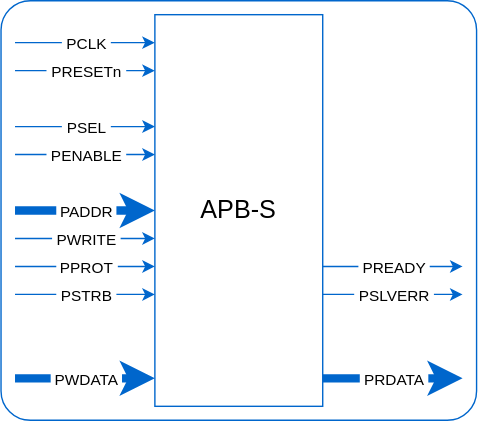
Above: images/apb/apb-interface.svg in rodrigomelo9/amba (draw.io), before the change. Source tidied: cells renumbered, new cells last; positions are measured from the earlier drawing's top-left corner, leaving out a move shared by most shapes.
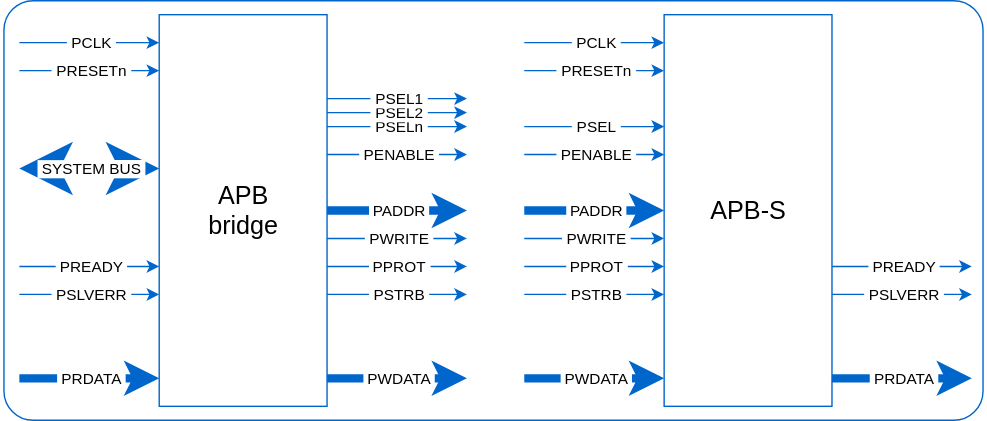
The same file after the commit.

Commit message:
Add APB-bridge in apb-interface diagram

The edit, as a diff of the source:
```diff
@@ -3,15 +3,15 @@
     <mxCell id="0" />
     <mxCell id="1" parent="0" />
     <mxCell id="2" style="rounded=1;whiteSpace=wrap;html=1;strokeColor=#0066CC;fontSize=18;arcSize=7;" parent="1" vertex="1">
-      <mxGeometry width="340" height="300" as="geometry" />
+      <mxGeometry x="-210" y="-190" width="700" height="300" as="geometry" />
     </mxCell>
     <mxCell id="3" value="&lt;font style=&quot;font-size: 18px;&quot;&gt;APB-S&lt;/font&gt;" style="rounded=0;whiteSpace=wrap;html=1;strokeColor=#0066CC;" parent="1" vertex="1">
-      <mxGeometry x="110" y="10" width="120" height="280" as="geometry" />
+      <mxGeometry x="262" y="-180" width="120" height="280" as="geometry" />
     </mxCell>
     <mxCell id="4" style="endArrow=classic;html=1;rounded=0;strokeColor=#0066CC;" parent="1" edge="1">
       <mxGeometry relative="1" as="geometry">
-        <mxPoint x="10" y="30" as="sourcePoint" />
-        <mxPoint x="110" y="30" as="targetPoint" />
+        <mxPoint x="162" y="-160" as="sourcePoint" />
+        <mxPoint x="262" y="-160" as="targetPoint" />
       </mxGeometry>
     </mxCell>
     <mxCell id="5" value="&amp;nbsp;PCLK&amp;nbsp;" style="edgeLabel;html=1;align=center;verticalAlign=middle;strokeColor=#0066CC;" parent="4" vertex="1">
@@ -19,8 +19,8 @@
     </mxCell>
     <mxCell id="6" style="endArrow=classic;html=1;rounded=0;strokeColor=#0066CC;" parent="1" edge="1">
       <mxGeometry relative="1" as="geometry">
-        <mxPoint x="10" y="50" as="sourcePoint" />
-        <mxPoint x="110" y="50" as="targetPoint" />
+        <mxPoint x="162" y="-140" as="sourcePoint" />
+        <mxPoint x="262" y="-140" as="targetPoint" />
       </mxGeometry>
     </mxCell>
     <mxCell id="7" value="&amp;nbsp;PRESETn&amp;nbsp;" style="edgeLabel;html=1;align=center;verticalAlign=middle;strokeColor=#0066CC;" parent="6" vertex="1">
@@ -28,8 +28,8 @@
     </mxCell>
     <mxCell id="8" style="endArrow=classic;html=1;rounded=0;strokeColor=#0066CC;" parent="1" edge="1">
       <mxGeometry relative="1" as="geometry">
-        <mxPoint x="10" y="90" as="sourcePoint" />
-        <mxPoint x="110" y="90" as="targetPoint" />
+        <mxPoint x="162" y="-100" as="sourcePoint" />
+        <mxPoint x="262" y="-100" as="targetPoint" />
       </mxGeometry>
     </mxCell>
     <mxCell id="9" value="&amp;nbsp;PSEL&amp;nbsp;" style="edgeLabel;html=1;align=center;verticalAlign=middle;strokeColor=#0066CC;" parent="8" vertex="1">
@@ -37,8 +37,8 @@
     </mxCell>
     <mxCell id="10" style="endArrow=classic;html=1;rounded=0;strokeColor=#0066CC;" parent="1" edge="1">
       <mxGeometry relative="1" as="geometry">
-        <mxPoint x="10" y="110" as="sourcePoint" />
-        <mxPoint x="110" y="110" as="targetPoint" />
+        <mxPoint x="162" y="-80" as="sourcePoint" />
+        <mxPoint x="262" y="-80" as="targetPoint" />
       </mxGeometry>
     </mxCell>
     <mxCell id="11" value="&amp;nbsp;PENABLE&amp;nbsp;" style="edgeLabel;html=1;align=center;verticalAlign=middle;strokeColor=#0066CC;" parent="10" vertex="1">
@@ -46,8 +46,8 @@
     </mxCell>
     <mxCell id="12" style="endArrow=classic;html=1;rounded=0;strokeColor=#0066CC;" parent="1" edge="1">
       <mxGeometry relative="1" as="geometry">
-        <mxPoint x="10" y="190" as="sourcePoint" />
-        <mxPoint x="110" y="190" as="targetPoint" />
+        <mxPoint x="162" as="sourcePoint" />
+        <mxPoint x="262" as="targetPoint" />
       </mxGeometry>
     </mxCell>
     <mxCell id="13" value="&amp;nbsp;PPROT&amp;nbsp;" style="edgeLabel;html=1;align=center;verticalAlign=middle;strokeColor=#0066CC;" parent="12" vertex="1">
@@ -55,8 +55,8 @@
     </mxCell>
     <mxCell id="14" style="endArrow=classic;html=1;rounded=0;strokeColor=#0066CC;" parent="1" edge="1">
       <mxGeometry relative="1" as="geometry">
-        <mxPoint x="10" y="210" as="sourcePoint" />
-        <mxPoint x="110" y="210" as="targetPoint" />
+        <mxPoint x="162" y="20" as="sourcePoint" />
+        <mxPoint x="262" y="20" as="targetPoint" />
       </mxGeometry>
     </mxCell>
     <mxCell id="15" value="&amp;nbsp;PSTRB&amp;nbsp;" style="edgeLabel;html=1;align=center;verticalAlign=middle;strokeColor=#0066CC;" parent="14" vertex="1">
@@ -64,8 +64,8 @@
     </mxCell>
     <mxCell id="16" style="endArrow=classic;html=1;rounded=0;strokeColor=#0066CC;" parent="1" edge="1">
       <mxGeometry relative="1" as="geometry">
-        <mxPoint x="10" y="170" as="sourcePoint" />
-        <mxPoint x="110" y="170" as="targetPoint" />
+        <mxPoint x="162" y="-20" as="sourcePoint" />
+        <mxPoint x="262" y="-20" as="targetPoint" />
       </mxGeometry>
     </mxCell>
     <mxCell id="17" value="&amp;nbsp;PWRITE&amp;nbsp;" style="edgeLabel;html=1;align=center;verticalAlign=middle;strokeColor=#0066CC;" parent="16" vertex="1">
@@ -73,8 +73,8 @@
     </mxCell>
     <mxCell id="18" style="endArrow=classic;html=1;rounded=0;strokeWidth=6;strokeColor=#0066CC;" parent="1" edge="1">
       <mxGeometry relative="1" as="geometry">
-        <mxPoint x="10" y="150" as="sourcePoint" />
-        <mxPoint x="110" y="150" as="targetPoint" />
+        <mxPoint x="162" y="-40" as="sourcePoint" />
+        <mxPoint x="262" y="-40" as="targetPoint" />
       </mxGeometry>
     </mxCell>
     <mxCell id="19" value="&amp;nbsp;PADDR&amp;nbsp;" style="edgeLabel;html=1;align=center;verticalAlign=middle;strokeColor=#0066CC;" parent="18" vertex="1">
@@ -82,8 +82,8 @@
     </mxCell>
     <mxCell id="20" style="endArrow=classic;html=1;rounded=0;strokeWidth=6;strokeColor=#0066CC;" parent="1" edge="1">
       <mxGeometry relative="1" as="geometry">
-        <mxPoint x="10" y="270" as="sourcePoint" />
-        <mxPoint x="110" y="270" as="targetPoint" />
+        <mxPoint x="162" y="80" as="sourcePoint" />
+        <mxPoint x="262" y="80" as="targetPoint" />
       </mxGeometry>
     </mxCell>
     <mxCell id="21" value="&amp;nbsp;PWDATA&amp;nbsp;" style="edgeLabel;html=1;align=center;verticalAlign=middle;strokeColor=#0066CC;" parent="20" vertex="1">
@@ -91,8 +91,8 @@
     </mxCell>
     <mxCell id="22" style="endArrow=classic;html=1;rounded=0;strokeWidth=6;strokeColor=#0066CC;" parent="1" edge="1">
       <mxGeometry relative="1" as="geometry">
-        <mxPoint x="230" y="270" as="sourcePoint" />
-        <mxPoint x="330" y="270" as="targetPoint" />
+        <mxPoint x="382" y="80" as="sourcePoint" />
+        <mxPoint x="482" y="80" as="targetPoint" />
       </mxGeometry>
     </mxCell>
     <mxCell id="23" value="&amp;nbsp;PRDATA&amp;nbsp;" style="edgeLabel;html=1;align=center;verticalAlign=middle;strokeColor=#0066CC;" parent="22" vertex="1">
@@ -100,8 +100,8 @@
     </mxCell>
     <mxCell id="24" style="endArrow=classic;html=1;rounded=0;strokeColor=#0066CC;" parent="1" edge="1">
       <mxGeometry relative="1" as="geometry">
-        <mxPoint x="230" y="190" as="sourcePoint" />
-        <mxPoint x="330" y="190" as="targetPoint" />
+        <mxPoint x="382" as="sourcePoint" />
+        <mxPoint x="482" as="targetPoint" />
       </mxGeometry>
     </mxCell>
     <mxCell id="25" value="&amp;nbsp;PREADY&amp;nbsp;" style="edgeLabel;html=1;align=center;verticalAlign=middle;strokeColor=#0066CC;" parent="24" vertex="1">
@@ -109,12 +109,150 @@
     </mxCell>
     <mxCell id="26" style="endArrow=classic;html=1;rounded=0;strokeColor=#0066CC;" parent="1" edge="1">
       <mxGeometry relative="1" as="geometry">
-        <mxPoint x="230" y="210" as="sourcePoint" />
-        <mxPoint x="330" y="210" as="targetPoint" />
+        <mxPoint x="382" y="20" as="sourcePoint" />
+        <mxPoint x="482" y="20" as="targetPoint" />
       </mxGeometry>
     </mxCell>
     <mxCell id="27" value="&amp;nbsp;PSLVERR&amp;nbsp;" style="edgeLabel;html=1;align=center;verticalAlign=middle;strokeColor=#0066CC;" parent="26" vertex="1">
       <mxGeometry relative="1" as="geometry" />
     </mxCell>
+    <mxCell id="28" value="&lt;font style=&quot;font-size: 18px;&quot;&gt;APB&lt;/font&gt;&lt;div&gt;&lt;font style=&quot;font-size: 18px;&quot;&gt;bridge&lt;/font&gt;&lt;/div&gt;" style="rounded=0;whiteSpace=wrap;html=1;strokeColor=#0066CC;" parent="1" vertex="1">
+      <mxGeometry x="-99" y="-180" width="120" height="280" as="geometry" />
+    </mxCell>
+    <mxCell id="29" style="endArrow=classic;html=1;rounded=0;strokeColor=#0066CC;" parent="1" edge="1">
+      <mxGeometry relative="1" as="geometry">
+        <mxPoint x="-199" y="-160" as="sourcePoint" />
+        <mxPoint x="-99" y="-160" as="targetPoint" />
+      </mxGeometry>
+    </mxCell>
+    <mxCell id="30" value="&amp;nbsp;PCLK&amp;nbsp;" style="edgeLabel;html=1;align=center;verticalAlign=middle;strokeColor=#0066CC;" parent="29" vertex="1">
+      <mxGeometry relative="1" as="geometry" />
+    </mxCell>
+    <mxCell id="31" style="endArrow=classic;html=1;rounded=0;strokeColor=#0066CC;" parent="1" edge="1">
+      <mxGeometry relative="1" as="geometry">
+        <mxPoint x="-199" y="-140" as="sourcePoint" />
+        <mxPoint x="-99" y="-140" as="targetPoint" />
+      </mxGeometry>
+    </mxCell>
+    <mxCell id="32" value="&amp;nbsp;PRESETn&amp;nbsp;" style="edgeLabel;html=1;align=center;verticalAlign=middle;strokeColor=#0066CC;" parent="31" vertex="1">
+      <mxGeometry relative="1" as="geometry" />
+    </mxCell>
+    <mxCell id="33" style="endArrow=classic;html=1;rounded=0;strokeColor=#0066CC;" parent="1" edge="1">
+      <mxGeometry relative="1" as="geometry">
+        <mxPoint x="21" y="-100" as="sourcePoint" />
+        <mxPoint x="121" y="-100" as="targetPoint" />
+      </mxGeometry>
+    </mxCell>
+    <mxCell id="34" value="&amp;nbsp;PSELn&amp;nbsp;" style="edgeLabel;html=1;align=center;verticalAlign=middle;strokeColor=#0066CC;" parent="33" vertex="1">
+      <mxGeometry relative="1" as="geometry" />
+    </mxCell>
+    <mxCell id="35" style="endArrow=classic;html=1;rounded=0;strokeColor=#0066CC;" parent="1" edge="1">
+      <mxGeometry relative="1" as="geometry">
+        <mxPoint x="21" y="-80" as="sourcePoint" />
+        <mxPoint x="121" y="-80" as="targetPoint" />
+      </mxGeometry>
+    </mxCell>
+    <mxCell id="36" value="&amp;nbsp;PENABLE&amp;nbsp;" style="edgeLabel;html=1;align=center;verticalAlign=middle;strokeColor=#0066CC;" parent="35" vertex="1">
+      <mxGeometry relative="1" as="geometry" />
+    </mxCell>
+    <mxCell id="37" style="endArrow=classic;html=1;rounded=0;strokeColor=#0066CC;" parent="1" edge="1">
+      <mxGeometry relative="1" as="geometry">
+        <mxPoint x="21" as="sourcePoint" />
+        <mxPoint x="121" as="targetPoint" />
+      </mxGeometry>
+    </mxCell>
+    <mxCell id="38" value="&amp;nbsp;PPROT&amp;nbsp;" style="edgeLabel;html=1;align=center;verticalAlign=middle;strokeColor=#0066CC;" parent="37" vertex="1">
+      <mxGeometry relative="1" as="geometry" />
+    </mxCell>
+    <mxCell id="39" style="endArrow=classic;html=1;rounded=0;strokeColor=#0066CC;" parent="1" edge="1">
+      <mxGeometry relative="1" as="geometry">
+        <mxPoint x="21" y="20" as="sourcePoint" />
+        <mxPoint x="121" y="20" as="targetPoint" />
+      </mxGeometry>
+    </mxCell>
+    <mxCell id="40" value="&amp;nbsp;PSTRB&amp;nbsp;" style="edgeLabel;html=1;align=center;verticalAlign=middle;strokeColor=#0066CC;" parent="39" vertex="1">
+      <mxGeometry relative="1" as="geometry" />
+    </mxCell>
+    <mxCell id="41" style="endArrow=classic;html=1;rounded=0;strokeColor=#0066CC;" parent="1" edge="1">
+      <mxGeometry relative="1" as="geometry">
+        <mxPoint x="21" y="-20" as="sourcePoint" />
+        <mxPoint x="121" y="-20" as="targetPoint" />
+      </mxGeometry>
+    </mxCell>
+    <mxCell id="42" value="&amp;nbsp;PWRITE&amp;nbsp;" style="edgeLabel;html=1;align=center;verticalAlign=middle;strokeColor=#0066CC;" parent="41" vertex="1">
+      <mxGeometry relative="1" as="geometry" />
+    </mxCell>
+    <mxCell id="43" style="endArrow=classic;html=1;rounded=0;strokeWidth=6;strokeColor=#0066CC;" parent="1" edge="1">
+      <mxGeometry relative="1" as="geometry">
+        <mxPoint x="21" y="-40" as="sourcePoint" />
+        <mxPoint x="121" y="-40" as="targetPoint" />
+      </mxGeometry>
+    </mxCell>
+    <mxCell id="44" value="&amp;nbsp;PADDR&amp;nbsp;" style="edgeLabel;html=1;align=center;verticalAlign=middle;strokeColor=#0066CC;" parent="43" vertex="1">
+      <mxGeometry relative="1" as="geometry" />
+    </mxCell>
+    <mxCell id="45" style="endArrow=classic;html=1;rounded=0;strokeWidth=6;strokeColor=#0066CC;" parent="1" edge="1">
+      <mxGeometry relative="1" as="geometry">
+        <mxPoint x="21" y="80" as="sourcePoint" />
+        <mxPoint x="121" y="80" as="targetPoint" />
+      </mxGeometry>
+    </mxCell>
+    <mxCell id="46" value="&amp;nbsp;PWDATA&amp;nbsp;" style="edgeLabel;html=1;align=center;verticalAlign=middle;strokeColor=#0066CC;" parent="45" vertex="1">
+      <mxGeometry relative="1" as="geometry" />
+    </mxCell>
+    <mxCell id="47" style="endArrow=classic;html=1;rounded=0;strokeWidth=6;strokeColor=#0066CC;" parent="1" edge="1">
+      <mxGeometry relative="1" as="geometry">
+        <mxPoint x="-199" y="80" as="sourcePoint" />
+        <mxPoint x="-99" y="80" as="targetPoint" />
+      </mxGeometry>
+    </mxCell>
+    <mxCell id="48" value="&amp;nbsp;PRDATA&amp;nbsp;" style="edgeLabel;html=1;align=center;verticalAlign=middle;strokeColor=#0066CC;" parent="47" vertex="1">
+      <mxGeometry relative="1" as="geometry" />
+    </mxCell>
+    <mxCell id="49" style="endArrow=classic;html=1;rounded=0;strokeColor=#0066CC;" parent="1" edge="1">
+      <mxGeometry relative="1" as="geometry">
+        <mxPoint x="-199" as="sourcePoint" />
+        <mxPoint x="-99" as="targetPoint" />
+      </mxGeometry>
+    </mxCell>
+    <mxCell id="50" value="&amp;nbsp;PREADY&amp;nbsp;" style="edgeLabel;html=1;align=center;verticalAlign=middle;strokeColor=#0066CC;" parent="49" vertex="1">
+      <mxGeometry relative="1" as="geometry" />
+    </mxCell>
+    <mxCell id="51" style="endArrow=classic;html=1;rounded=0;strokeColor=#0066CC;" parent="1" edge="1">
+      <mxGeometry relative="1" as="geometry">
+        <mxPoint x="-199" y="20" as="sourcePoint" />
+        <mxPoint x="-99" y="20" as="targetPoint" />
+      </mxGeometry>
+    </mxCell>
+    <mxCell id="52" value="&amp;nbsp;PSLVERR&amp;nbsp;" style="edgeLabel;html=1;align=center;verticalAlign=middle;strokeColor=#0066CC;" parent="51" vertex="1">
+      <mxGeometry relative="1" as="geometry" />
+    </mxCell>
+    <mxCell id="53" style="endArrow=classic;html=1;rounded=0;strokeColor=#0066CC;" parent="1" edge="1">
+      <mxGeometry relative="1" as="geometry">
+        <mxPoint x="21" y="-110" as="sourcePoint" />
+        <mxPoint x="121" y="-110" as="targetPoint" />
+      </mxGeometry>
+    </mxCell>
+    <mxCell id="54" value="&amp;nbsp;PSEL2&amp;nbsp;" style="edgeLabel;html=1;align=center;verticalAlign=middle;strokeColor=#0066CC;" parent="53" vertex="1">
+      <mxGeometry relative="1" as="geometry" />
+    </mxCell>
+    <mxCell id="55" style="endArrow=classic;html=1;rounded=0;strokeColor=#0066CC;" parent="1" edge="1">
+      <mxGeometry relative="1" as="geometry">
+        <mxPoint x="21" y="-120" as="sourcePoint" />
+        <mxPoint x="121" y="-120" as="targetPoint" />
+      </mxGeometry>
+    </mxCell>
+    <mxCell id="56" value="&amp;nbsp;PSEL1&amp;nbsp;" style="edgeLabel;html=1;align=center;verticalAlign=middle;strokeColor=#0066CC;" parent="55" vertex="1">
+      <mxGeometry relative="1" as="geometry" />
+    </mxCell>
+    <mxCell id="57" style="endArrow=classic;html=1;rounded=0;strokeWidth=10;strokeColor=#0066CC;endFill=1;startArrow=classic;startFill=1;" parent="1" edge="1">
+      <mxGeometry relative="1" as="geometry">
+        <mxPoint x="-199" y="-70" as="sourcePoint" />
+        <mxPoint x="-99" y="-70" as="targetPoint" />
+      </mxGeometry>
+    </mxCell>
+    <mxCell id="58" value="&amp;nbsp;SYSTEM&lt;span style=&quot;background-color: light-dark(#ffffff, var(--ge-dark-color, #121212)); color: light-dark(rgb(0, 0, 0), rgb(255, 255, 255));&quot;&gt;&amp;nbsp;BUS&amp;nbsp;&lt;/span&gt;" style="edgeLabel;html=1;align=center;verticalAlign=middle;strokeColor=#0066CC;" parent="57" vertex="1">
+      <mxGeometry relative="1" as="geometry" />
+    </mxCell>
   </root>
 </mxGraphModel>
```
